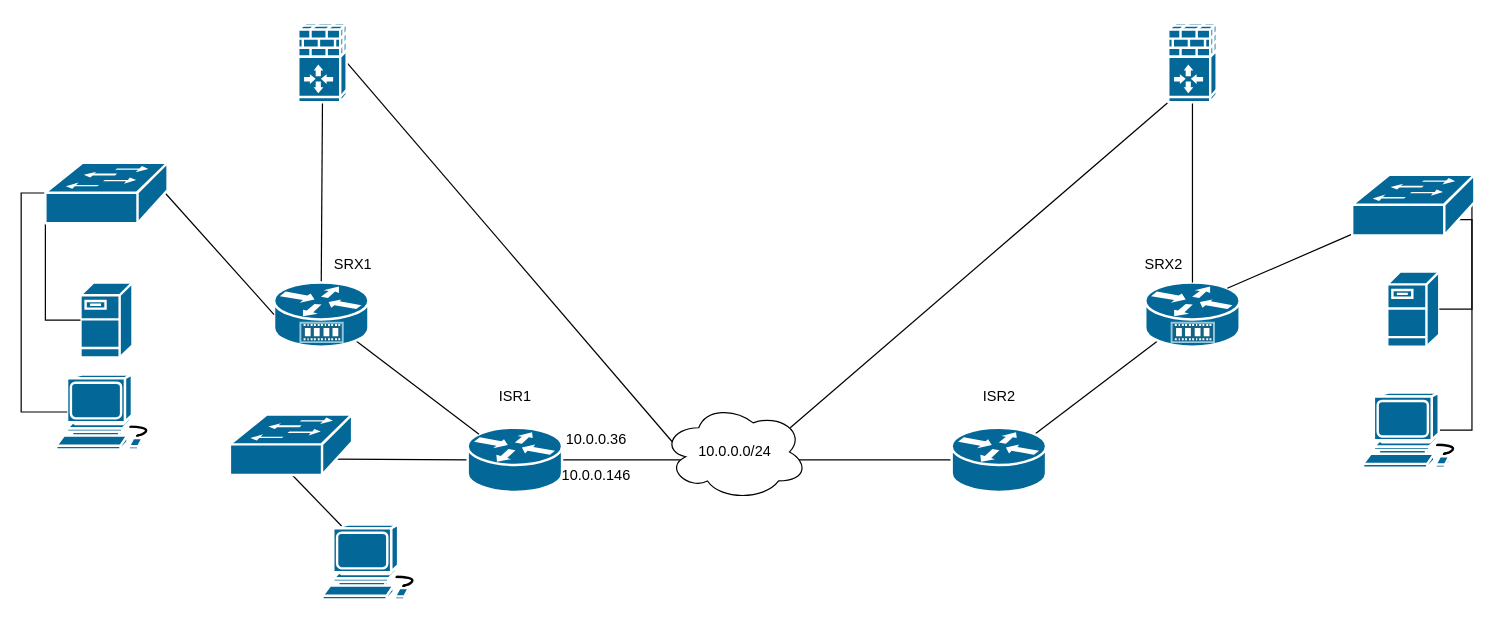
cjbaccus/Ansible_isr_lab keeps this draw.io diagram as Untitled Diagram.drawio. Above is the earlier version. Source tidied: cells renumbered, new cells numbered last; positions are measured from the earlier drawing's top-left corner, leaving out a move shared by most shapes. Both pictures are drawn from the tidied source at 121%, with x=0, y=0 at pixel (21, 22).
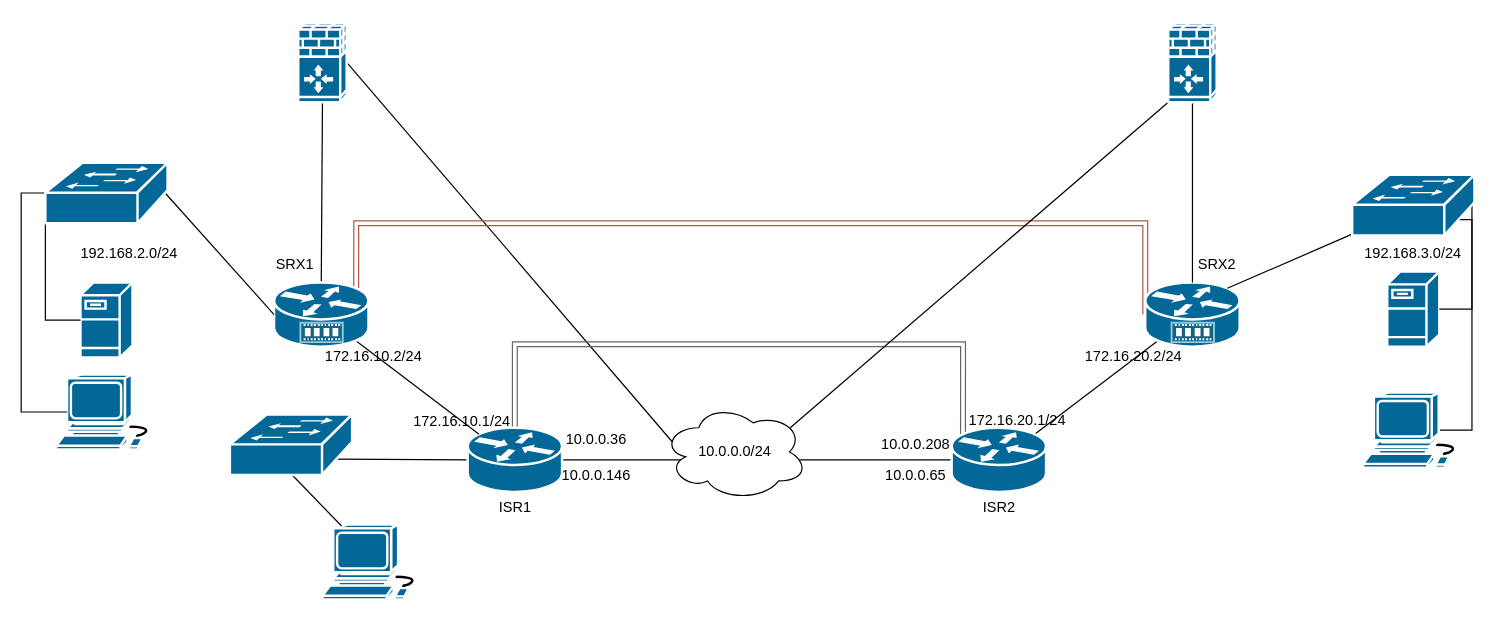
The same page after the edit.

Unchanged cells that the change refers to:
```xml
<mxCell id="7" style="shape=mxgraph.cisco.routers.router;html=1;dashed=0;fillColor=#036897;strokeColor=#ffffff;strokeWidth=2;verticalLabelPosition=bottom;verticalAlign=top;rounded=0;shadow=0;comic=0;fontFamily=Verdana;fontSize=12;" parent="1" vertex="1">
  <mxGeometry x="369" y="335" width="78" height="53" as="geometry" />
</mxCell>
<mxCell id="9" style="shape=mxgraph.cisco.routers.router;html=1;dashed=0;fillColor=#036897;strokeColor=#ffffff;strokeWidth=2;verticalLabelPosition=bottom;verticalAlign=top;rounded=0;shadow=0;comic=0;fontFamily=Verdana;fontSize=12;" parent="1" vertex="1">
  <mxGeometry x="769" y="335" width="78" height="53" as="geometry" />
</mxCell>
<mxCell id="13" style="shape=mxgraph.cisco.routers.service_router;sketch=0;html=1;dashed=0;fillColor=#036897;strokeColor=#ffffff;strokeWidth=2;verticalLabelPosition=bottom;verticalAlign=top;align=center;outlineConnect=0;" parent="1" vertex="1">
  <mxGeometry x="209" y="215" width="78" height="53" as="geometry" />
</mxCell>
<mxCell id="14" style="shape=mxgraph.cisco.routers.service_router;sketch=0;html=1;dashed=0;fillColor=#036897;strokeColor=#ffffff;strokeWidth=2;verticalLabelPosition=bottom;verticalAlign=top;align=center;outlineConnect=0;" parent="1" vertex="1">
  <mxGeometry x="929" y="215" width="78" height="53" as="geometry" />
</mxCell>
```

The edit, as a diff of the source:
```diff
@@
+    <mxCell id="38" style="edgeStyle=orthogonalEdgeStyle;shape=link;curved=1;rounded=0;jettySize=auto;html=1;exitX=0.5;exitY=0;exitDx=0;exitDy=0;exitPerimeter=0;entryX=0.12;entryY=0.1;entryDx=0;entryDy=0;entryPerimeter=0;endArrow=none;endFill=0;fillColor=#f5f5f5;strokeColor=#666666;gradientColor=#b3b3b3;" parent="1" edge="1" source="7" target="9">
+      <mxGeometry relative="1" as="geometry">
+        <Array as="points">
+          <mxPoint x="408" y="266" />
+          <mxPoint x="778" y="266" />
+        </Array>
+      </mxGeometry>
+    </mxCell>
@@
+    <mxCell id="39" style="edgeStyle=orthogonalEdgeStyle;shape=link;curved=1;rounded=0;jettySize=auto;html=1;exitX=0.87;exitY=0.09;exitDx=0;exitDy=0;exitPerimeter=0;entryX=0;entryY=0.5;entryDx=0;entryDy=0;entryPerimeter=0;endArrow=none;endFill=0;fillColor=#f8cecc;gradientColor=#ea6b66;strokeColor=#b85450;" parent="1" edge="1" source="13" target="14">
+      <mxGeometry relative="1" as="geometry">
+        <Array as="points">
+          <mxPoint x="277" y="166" />
+          <mxPoint x="929" y="166" />
+        </Array>
+      </mxGeometry>
+    </mxCell>
@@
     <mxCell id="32" value="ISR1" style="text;html=1;align=center;verticalAlign=middle;fillColor=none;strokeColor=none;rounded=0;" parent="1" vertex="1">
-      <mxGeometry x="383" y="294" width="50" height="30" as="geometry" />
+      <mxGeometry x="383" y="386" width="50" height="30" as="geometry" />
     </mxCell>
     <mxCell id="33" value="ISR2" style="text;html=1;align=center;verticalAlign=middle;fillColor=none;strokeColor=none;rounded=0;" parent="1" vertex="1">
-      <mxGeometry x="783" y="294" width="50" height="30" as="geometry" />
+      <mxGeometry x="783" y="386" width="50" height="30" as="geometry" />
     </mxCell>
     <mxCell id="34" value="SRX1" style="text;html=1;align=center;verticalAlign=middle;fillColor=none;strokeColor=none;rounded=0;" parent="1" vertex="1">
-      <mxGeometry x="249" y="185" width="50" height="30" as="geometry" />
+      <mxGeometry x="201" y="185" width="50" height="30" as="geometry" />
     </mxCell>
     <mxCell id="35" value="SRX2" style="text;html=1;align=center;verticalAlign=middle;fillColor=none;strokeColor=none;rounded=0;" parent="1" vertex="1">
-      <mxGeometry x="919" y="185" width="50" height="30" as="geometry" />
+      <mxGeometry x="963" y="185" width="50" height="30" as="geometry" />
     </mxCell>
@@
+    <mxCell id="40" value="10.0.0.65" style="text;html=1;align=center;verticalAlign=middle;fillColor=none;strokeColor=none;rounded=0;" parent="1" vertex="1">
+      <mxGeometry x="704" y="360" width="70" height="30" as="geometry" />
+    </mxCell>
+    <mxCell id="41" value="10.0.0.208" style="text;html=1;align=center;verticalAlign=middle;fillColor=none;strokeColor=none;rounded=0;" parent="1" vertex="1">
+      <mxGeometry x="699" y="334" width="80" height="30" as="geometry" />
+    </mxCell>
+    <mxCell id="42" value="172.16.10.1/24" style="text;html=1;align=center;verticalAlign=middle;fillColor=none;strokeColor=none;rounded=0;" parent="1" vertex="1">
+      <mxGeometry x="314" y="315" width="100" height="30" as="geometry" />
+    </mxCell>
+    <mxCell id="43" value="172.16.10.2/24" style="text;html=1;align=center;verticalAlign=middle;fillColor=none;strokeColor=none;rounded=0;" parent="1" vertex="1">
+      <mxGeometry x="240.5" y="261" width="100" height="30" as="geometry" />
+    </mxCell>
+    <mxCell id="44" value="172.16.20.2/24" style="text;html=1;align=center;verticalAlign=middle;fillColor=none;strokeColor=none;rounded=0;" parent="1" vertex="1">
+      <mxGeometry x="869" y="261" width="100" height="30" as="geometry" />
+    </mxCell>
+    <mxCell id="45" value="172.16.20.1/24" style="text;html=1;align=center;verticalAlign=middle;fillColor=none;strokeColor=none;rounded=0;" parent="1" vertex="1">
+      <mxGeometry x="773" y="314" width="100" height="30" as="geometry" />
+    </mxCell>
+    <mxCell id="46" value="192.168.2.0/24" style="text;html=1;align=center;verticalAlign=middle;fillColor=none;strokeColor=none;rounded=0;" parent="1" vertex="1">
+      <mxGeometry x="39" y="176" width="100" height="30" as="geometry" />
+    </mxCell>
+    <mxCell id="47" value="192.168.3.0/24" style="text;html=1;align=center;verticalAlign=middle;fillColor=none;strokeColor=none;rounded=0;" parent="1" vertex="1">
+      <mxGeometry x="1100" y="176" width="100" height="30" as="geometry" />
+    </mxCell>
```
